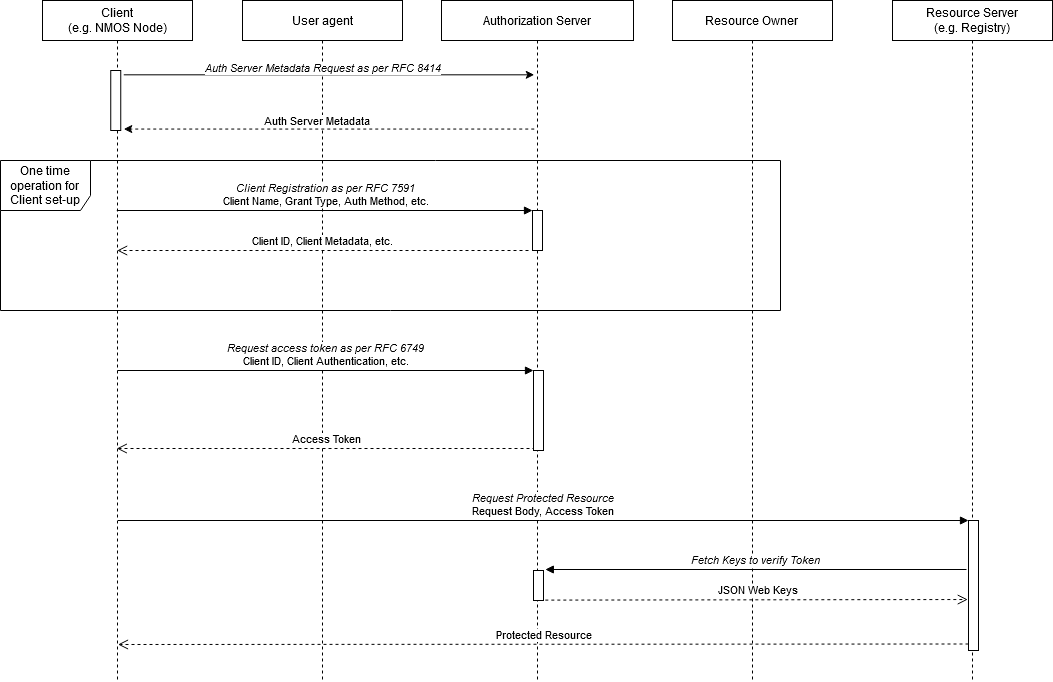
Before: docs/images/client_credentials_flow.png, a diagram exported from draw.io (AMWA-TV/is-10). Source tidied: cells renumbered, new cells last; positions are measured from the earlier drawing's top-left corner, leaving out a move shared by most shapes. Source of this version:
```xml
<mxGraphModel>
  <root>
    <mxCell id="0" />
    <mxCell id="1" parent="0" />
    <mxCell id="2" value="One time operation for Client set-up" style="shape=umlFrame;whiteSpace=wrap;html=1;width=90;height=50;" parent="1" vertex="1">
      <mxGeometry y="160" width="780" height="150" as="geometry" />
    </mxCell>
    <mxCell id="3" value="Client &lt;br&gt;(e.g. NMOS Node)" style="shape=umlLifeline;perimeter=lifelinePerimeter;whiteSpace=wrap;html=1;outlineConnect=0;" parent="1" vertex="1">
      <mxGeometry x="42" width="150" height="680" as="geometry" />
    </mxCell>
    <mxCell id="4" value="User agent" style="shape=umlLifeline;perimeter=lifelinePerimeter;whiteSpace=wrap;html=1;" parent="1" vertex="1">
      <mxGeometry x="242" width="160" height="680" as="geometry" />
    </mxCell>
    <mxCell id="5" value="Authorization Server" style="shape=umlLifeline;perimeter=lifelinePerimeter;whiteSpace=wrap;html=1;" parent="1" vertex="1">
      <mxGeometry x="441" width="192" height="680" as="geometry" />
    </mxCell>
    <mxCell id="6" value="Resource Owner&lt;br&gt;" style="shape=umlLifeline;perimeter=lifelinePerimeter;whiteSpace=wrap;html=1;" parent="1" vertex="1">
      <mxGeometry x="672" width="160" height="680" as="geometry" />
    </mxCell>
    <mxCell id="7" value="Resource Server&lt;br&gt;(e.g. Registry)" style="shape=umlLifeline;perimeter=lifelinePerimeter;whiteSpace=wrap;html=1;" parent="1" vertex="1">
      <mxGeometry x="892" width="160" height="680" as="geometry" />
    </mxCell>
    <mxCell id="8" value="&lt;i&gt;Client Registration as per RFC 7591&lt;br&gt;&lt;/i&gt;Client Name, Grant Type, Auth Method, etc." style="html=1;verticalAlign=bottom;endArrow=block;entryX=0;entryY=0;" parent="1" edge="1" source="3" target="16">
      <mxGeometry relative="1" as="geometry" />
    </mxCell>
    <mxCell id="9" value="Client ID, Client Metadata, etc." style="html=1;verticalAlign=bottom;endArrow=open;dashed=1;endSize=8;" parent="1" edge="1">
      <mxGeometry relative="1" as="geometry">
        <mxPoint x="528" y="250" as="sourcePoint" />
        <mxPoint x="116.7" y="250" as="targetPoint" />
      </mxGeometry>
    </mxCell>
    <mxCell id="10" value="Protected Resource" style="html=1;verticalAlign=bottom;endArrow=open;dashed=1;endSize=8;exitX=0;exitY=0.95;" parent="1" edge="1" source="24">
      <mxGeometry relative="1" as="geometry">
        <mxPoint x="117.5" y="644" as="targetPoint" />
      </mxGeometry>
    </mxCell>
    <mxCell id="11" value="&lt;i&gt;Request Protected Resource&lt;/i&gt;&lt;br&gt;Request Body, Access Token&lt;br&gt;" style="html=1;verticalAlign=bottom;endArrow=block;entryX=0;entryY=0;" parent="1" edge="1" target="24">
      <mxGeometry relative="1" as="geometry">
        <mxPoint x="117.5" y="520" as="sourcePoint" />
      </mxGeometry>
    </mxCell>
    <mxCell id="12" value="&lt;i&gt;Fetch Keys to verify Token&lt;/i&gt;" style="html=1;verticalAlign=bottom;endArrow=block;entryX=1.181;entryY=-0.033;entryPerimeter=0;" parent="1" edge="1" target="18">
      <mxGeometry relative="1" as="geometry">
        <mxPoint x="966" y="569" as="sourcePoint" />
      </mxGeometry>
    </mxCell>
    <mxCell id="13" value="JSON Web Keys" style="html=1;verticalAlign=bottom;endArrow=open;dashed=1;endSize=8;exitX=1.183;exitY=0.987;exitPerimeter=0;entryX=-0.072;entryY=0.608;entryPerimeter=0;" parent="1" edge="1" source="18" target="24">
      <mxGeometry relative="1" as="geometry" />
    </mxCell>
    <mxCell id="14" value="Access Token" style="html=1;verticalAlign=bottom;endArrow=open;dashed=1;endSize=8;exitX=0.2;exitY=0.975;exitDx=0;exitDy=0;exitPerimeter=0;" parent="1" edge="1" source="17" target="3">
      <mxGeometry relative="1" as="geometry" />
    </mxCell>
    <mxCell id="15" value="&lt;i&gt;Request access token as per RFC 6749&lt;/i&gt;&lt;br&gt;Client ID, Client Authentication, etc." style="html=1;verticalAlign=bottom;endArrow=block;entryX=0;entryY=0;" parent="1" edge="1" target="17">
      <mxGeometry relative="1" as="geometry">
        <mxPoint x="117" y="370" as="sourcePoint" />
      </mxGeometry>
    </mxCell>
    <mxCell id="16" style="html=1;points=[];perimeter=orthogonalPerimeter;" parent="1" vertex="1">
      <mxGeometry x="532" y="210" width="10" height="40" as="geometry" />
    </mxCell>
    <mxCell id="17" style="html=1;points=[];perimeter=orthogonalPerimeter;" parent="1" vertex="1">
      <mxGeometry x="533" y="370" width="10" height="80" as="geometry" />
    </mxCell>
    <mxCell id="18" style="html=1;points=[];perimeter=orthogonalPerimeter;" parent="1" vertex="1">
      <mxGeometry x="533" y="570" width="10" height="30" as="geometry" />
    </mxCell>
    <mxCell id="19" style="html=1;points=[];perimeter=orthogonalPerimeter;" parent="1" vertex="1">
      <mxGeometry x="110.2" y="70" width="10" height="60" as="geometry" />
    </mxCell>
    <mxCell id="20" style="endArrow=classic;html=1;exitX=1.3;exitY=0.072;exitDx=0;exitDy=0;exitPerimeter=0;" parent="1" edge="1" source="19">
      <mxGeometry relative="1" as="geometry">
        <mxPoint x="533.8" y="74.3" as="targetPoint" />
      </mxGeometry>
    </mxCell>
    <mxCell id="21" value="&lt;i&gt;Auth Server Metadata Request as per RFC 8414&lt;/i&gt;" style="edgeLabel;html=1;align=center;verticalAlign=bottom;" parent="20" vertex="1">
      <mxGeometry x="0.14" y="-1" relative="1" as="geometry">
        <mxPoint x="-37.2" as="offset" />
      </mxGeometry>
    </mxCell>
    <mxCell id="22" style="endArrow=classic;html=1;entryX=1.3;entryY=0.976;entryDx=0;entryDy=0;entryPerimeter=0;dashed=1;" parent="1" edge="1" target="19">
      <mxGeometry relative="1" as="geometry">
        <mxPoint x="533.8" y="128.6" as="sourcePoint" />
      </mxGeometry>
    </mxCell>
    <mxCell id="23" value="Auth Server Metadata" style="edgeLabel;html=1;align=center;verticalAlign=bottom;" parent="22" vertex="1">
      <mxGeometry x="0.16" relative="1" as="geometry">
        <mxPoint x="19.7" as="offset" />
      </mxGeometry>
    </mxCell>
    <mxCell id="24" style="html=1;points=[];perimeter=orthogonalPerimeter;" parent="1" vertex="1">
      <mxGeometry x="968" y="520" width="10" height="130" as="geometry" />
    </mxCell>
  </root>
</mxGraphModel>
```
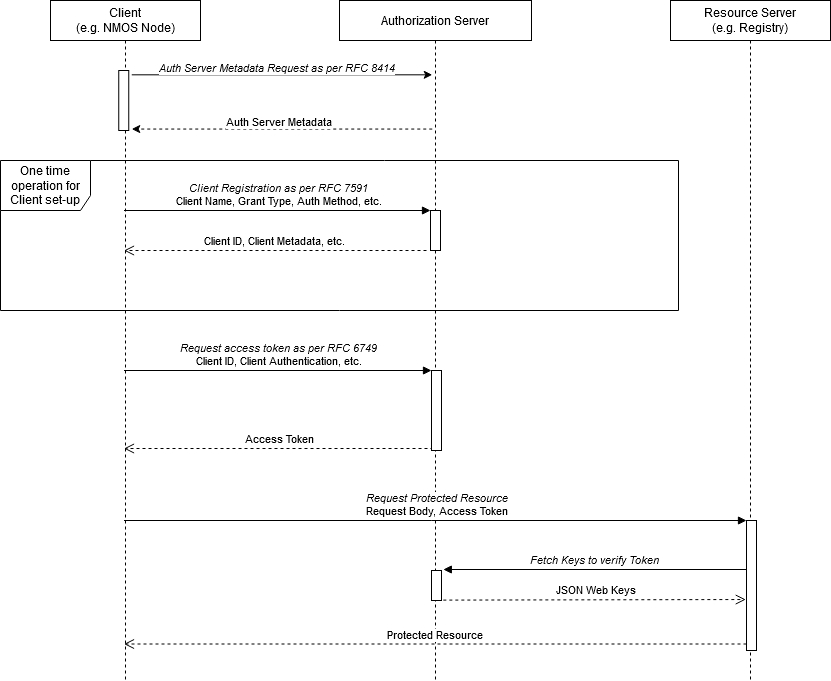
Later version of the same file.

Commit message:
update client creds diagram

Diff of the diagram source:
```diff
@@ -3,45 +3,28 @@
     <mxCell id="0" />
     <mxCell id="1" parent="0" />
     <mxCell id="2" value="One time operation for Client set-up" style="shape=umlFrame;whiteSpace=wrap;html=1;width=90;height=50;" parent="1" vertex="1">
-      <mxGeometry y="160" width="780" height="150" as="geometry" />
+      <mxGeometry x="102" y="160" width="678" height="150" as="geometry" />
     </mxCell>
-    <mxCell id="3" value="Client &lt;br&gt;(e.g. NMOS Node)" style="shape=umlLifeline;perimeter=lifelinePerimeter;whiteSpace=wrap;html=1;outlineConnect=0;" parent="1" vertex="1">
-      <mxGeometry x="42" width="150" height="680" as="geometry" />
-    </mxCell>
-    <mxCell id="4" value="User agent" style="shape=umlLifeline;perimeter=lifelinePerimeter;whiteSpace=wrap;html=1;" parent="1" vertex="1">
-      <mxGeometry x="242" width="160" height="680" as="geometry" />
-    </mxCell>
     <mxCell id="5" value="Authorization Server" style="shape=umlLifeline;perimeter=lifelinePerimeter;whiteSpace=wrap;html=1;" parent="1" vertex="1">
       <mxGeometry x="441" width="192" height="680" as="geometry" />
     </mxCell>
-    <mxCell id="6" value="Resource Owner&lt;br&gt;" style="shape=umlLifeline;perimeter=lifelinePerimeter;whiteSpace=wrap;html=1;" parent="1" vertex="1">
-      <mxGeometry x="672" width="160" height="680" as="geometry" />
-    </mxCell>
-    <mxCell id="7" value="Resource Server&lt;br&gt;(e.g. Registry)" style="shape=umlLifeline;perimeter=lifelinePerimeter;whiteSpace=wrap;html=1;" parent="1" vertex="1">
-      <mxGeometry x="892" width="160" height="680" as="geometry" />
-    </mxCell>
     <mxCell id="8" value="&lt;i&gt;Client Registration as per RFC 7591&lt;br&gt;&lt;/i&gt;Client Name, Grant Type, Auth Method, etc." style="html=1;verticalAlign=bottom;endArrow=block;entryX=0;entryY=0;" parent="1" edge="1" source="3" target="16">
       <mxGeometry relative="1" as="geometry" />
     </mxCell>
-    <mxCell id="9" value="Client ID, Client Metadata, etc." style="html=1;verticalAlign=bottom;endArrow=open;dashed=1;endSize=8;" parent="1" edge="1">
+    <mxCell id="9" value="Client ID, Client Metadata, etc." style="html=1;verticalAlign=bottom;endArrow=open;dashed=1;endSize=8;" parent="1" edge="1" target="3">
       <mxGeometry relative="1" as="geometry">
         <mxPoint x="528" y="250" as="sourcePoint" />
-        <mxPoint x="116.7" y="250" as="targetPoint" />
       </mxGeometry>
     </mxCell>
-    <mxCell id="10" value="Protected Resource" style="html=1;verticalAlign=bottom;endArrow=open;dashed=1;endSize=8;exitX=0;exitY=0.95;" parent="1" edge="1" source="24">
-      <mxGeometry relative="1" as="geometry">
-        <mxPoint x="117.5" y="644" as="targetPoint" />
-      </mxGeometry>
+    <mxCell id="10" value="Protected Resource" style="html=1;verticalAlign=bottom;endArrow=open;dashed=1;endSize=8;exitX=0;exitY=0.95;" parent="1" edge="1" source="24" target="3">
+      <mxGeometry relative="1" as="geometry" />
     </mxCell>
-    <mxCell id="11" value="&lt;i&gt;Request Protected Resource&lt;/i&gt;&lt;br&gt;Request Body, Access Token&lt;br&gt;" style="html=1;verticalAlign=bottom;endArrow=block;entryX=0;entryY=0;" parent="1" edge="1" target="24">
-      <mxGeometry relative="1" as="geometry">
-        <mxPoint x="117.5" y="520" as="sourcePoint" />
-      </mxGeometry>
+    <mxCell id="11" value="&lt;i&gt;Request Protected Resource&lt;/i&gt;&lt;br&gt;Request Body, Access Token&lt;br&gt;" style="html=1;verticalAlign=bottom;endArrow=block;entryX=0;entryY=0;" parent="1" edge="1" source="3" target="24">
+      <mxGeometry relative="1" as="geometry" />
     </mxCell>
     <mxCell id="12" value="&lt;i&gt;Fetch Keys to verify Token&lt;/i&gt;" style="html=1;verticalAlign=bottom;endArrow=block;entryX=1.181;entryY=-0.033;entryPerimeter=0;" parent="1" edge="1" target="18">
       <mxGeometry relative="1" as="geometry">
-        <mxPoint x="966" y="569" as="sourcePoint" />
+        <mxPoint x="848" y="569" as="sourcePoint" />
       </mxGeometry>
     </mxCell>
     <mxCell id="13" value="JSON Web Keys" style="html=1;verticalAlign=bottom;endArrow=open;dashed=1;endSize=8;exitX=1.183;exitY=0.987;exitPerimeter=0;entryX=-0.072;entryY=0.608;entryPerimeter=0;" parent="1" edge="1" source="18" target="24">
@@ -50,10 +33,8 @@
     <mxCell id="14" value="Access Token" style="html=1;verticalAlign=bottom;endArrow=open;dashed=1;endSize=8;exitX=0.2;exitY=0.975;exitDx=0;exitDy=0;exitPerimeter=0;" parent="1" edge="1" source="17" target="3">
       <mxGeometry relative="1" as="geometry" />
     </mxCell>
-    <mxCell id="15" value="&lt;i&gt;Request access token as per RFC 6749&lt;/i&gt;&lt;br&gt;Client ID, Client Authentication, etc." style="html=1;verticalAlign=bottom;endArrow=block;entryX=0;entryY=0;" parent="1" edge="1" target="17">
-      <mxGeometry relative="1" as="geometry">
-        <mxPoint x="117" y="370" as="sourcePoint" />
-      </mxGeometry>
+    <mxCell id="15" value="&lt;i&gt;Request access token as per RFC 6749&lt;/i&gt;&lt;br&gt;Client ID, Client Authentication, etc." style="html=1;verticalAlign=bottom;endArrow=block;entryX=0;entryY=0;" parent="1" edge="1" source="3" target="17">
+      <mxGeometry relative="1" as="geometry" />
     </mxCell>
     <mxCell id="16" style="html=1;points=[];perimeter=orthogonalPerimeter;" parent="1" vertex="1">
       <mxGeometry x="532" y="210" width="10" height="40" as="geometry" />
@@ -64,9 +45,6 @@
     <mxCell id="18" style="html=1;points=[];perimeter=orthogonalPerimeter;" parent="1" vertex="1">
       <mxGeometry x="533" y="570" width="10" height="30" as="geometry" />
     </mxCell>
-    <mxCell id="19" style="html=1;points=[];perimeter=orthogonalPerimeter;" parent="1" vertex="1">
-      <mxGeometry x="110.2" y="70" width="10" height="60" as="geometry" />
-    </mxCell>
     <mxCell id="20" style="endArrow=classic;html=1;exitX=1.3;exitY=0.072;exitDx=0;exitDy=0;exitPerimeter=0;" parent="1" edge="1" source="19">
       <mxGeometry relative="1" as="geometry">
         <mxPoint x="533.8" y="74.3" as="targetPoint" />
@@ -74,7 +52,7 @@
     </mxCell>
     <mxCell id="21" value="&lt;i&gt;Auth Server Metadata Request as per RFC 8414&lt;/i&gt;" style="edgeLabel;html=1;align=center;verticalAlign=bottom;" parent="20" vertex="1">
       <mxGeometry x="0.14" y="-1" relative="1" as="geometry">
-        <mxPoint x="-37.2" as="offset" />
+        <mxPoint x="-28.2" as="offset" />
       </mxGeometry>
     </mxCell>
     <mxCell id="22" style="endArrow=classic;html=1;entryX=1.3;entryY=0.976;entryDx=0;entryDy=0;entryPerimeter=0;dashed=1;" parent="1" edge="1" target="19">
@@ -87,8 +65,23 @@
         <mxPoint x="19.7" as="offset" />
       </mxGeometry>
     </mxCell>
+    <mxCell id="25" style="group;" parent="1" vertex="1">
+      <mxGeometry x="772" width="160" height="680" as="geometry" />
+    </mxCell>
+    <mxCell id="7" value="Resource Server&lt;br&gt;(e.g. Registry)" style="shape=umlLifeline;perimeter=lifelinePerimeter;whiteSpace=wrap;html=1;" parent="25" vertex="1">
+      <mxGeometry width="160" height="680" as="geometry" />
+    </mxCell>
-    <mxCell id="24" style="html=1;points=[];perimeter=orthogonalPerimeter;" parent="1" vertex="1">
-      <mxGeometry x="968" y="520" width="10" height="130" as="geometry" />
+    <mxCell id="24" style="html=1;points=[];perimeter=orthogonalPerimeter;" parent="25" vertex="1">
+      <mxGeometry x="76" y="520" width="10" height="130" as="geometry" />
     </mxCell>
+    <mxCell id="26" style="group;" parent="1" vertex="1">
+      <mxGeometry x="152" width="150" height="680" as="geometry" />
+    </mxCell>
+    <mxCell id="3" value="Client &lt;br&gt;(e.g. NMOS Node)" style="shape=umlLifeline;perimeter=lifelinePerimeter;whiteSpace=wrap;html=1;outlineConnect=0;" parent="26" vertex="1">
+      <mxGeometry width="150" height="680" as="geometry" />
+    </mxCell>
+    <mxCell id="19" style="html=1;points=[];perimeter=orthogonalPerimeter;" parent="26" vertex="1">
+      <mxGeometry x="68.2" y="70" width="10" height="60" as="geometry" />
+    </mxCell>
   </root>
 </mxGraphModel>
```
